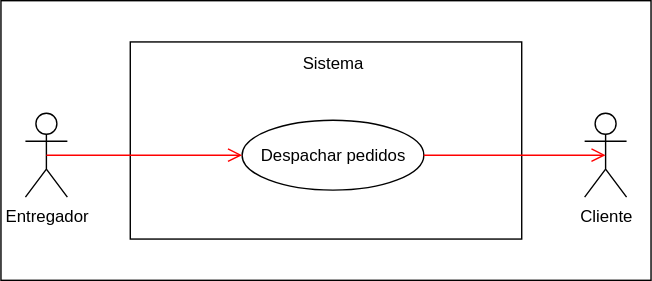
This is images/caso-de-uso.drawio.svg from alexanderaugusto/logistica-service, a draw.io export, as it was before one commit. Source tidied: cells renumbered, new cells last; positions are measured from the earlier drawing's top-left corner, leaving out a move shared by most shapes. Its diagram source:
```xml
<mxGraphModel>
  <root>
    <mxCell id="0" />
    <mxCell id="1" parent="0" />
    <mxCell id="2" style="group;" parent="1" vertex="1">
      <mxGeometry width="465" height="200" as="geometry" />
    </mxCell>
    <mxCell id="3" style="rounded=0;whiteSpace=wrap;html=1;" parent="2" vertex="1">
      <mxGeometry width="465" height="200" as="geometry" />
    </mxCell>
    <mxCell id="4" style="rounded=0;whiteSpace=wrap;html=1;fillColor=default;" parent="2" vertex="1">
      <mxGeometry x="92.5" y="29.5" width="280" height="141" as="geometry" />
    </mxCell>
    <mxCell id="5" value="Despachar pedidos" style="ellipse;whiteSpace=wrap;html=1;" parent="2" vertex="1">
      <mxGeometry x="172.5" y="85.5" width="130" height="50" as="geometry" />
    </mxCell>
    <mxCell id="6" value="Sistema" style="text;html=1;strokeColor=none;fillColor=none;align=center;verticalAlign=middle;whiteSpace=wrap;rounded=0;" parent="2" vertex="1">
      <mxGeometry x="172.5" y="29.5" width="130" height="30" as="geometry" />
    </mxCell>
    <mxCell id="7" value="Cliente" style="shape=umlActor;verticalLabelPosition=bottom;verticalAlign=top;html=1;outlineConnect=0;" parent="2" vertex="1">
      <mxGeometry x="417.5" y="80.5" width="30" height="60" as="geometry" />
    </mxCell>
    <mxCell id="8" value="Entregador" style="shape=umlActor;verticalLabelPosition=bottom;verticalAlign=top;html=1;outlineConnect=0;" parent="2" vertex="1">
      <mxGeometry x="17.5" y="80.5" width="30" height="60" as="geometry" />
    </mxCell>
    <mxCell id="9" style="edgeStyle=elbowEdgeStyle;elbow=horizontal;verticalAlign=bottom;endArrow=open;endSize=8;strokeColor=#FF0000;endFill=1;rounded=0;entryX=0;entryY=0.5;entryDx=0;entryDy=0;exitX=0.5;exitY=0.5;exitDx=0;exitDy=0;exitPerimeter=0;" parent="2" edge="1" source="8" target="5">
      <mxGeometry x="-447" y="-97.5" as="geometry">
        <Array as="points">
          <mxPoint x="106.5" y="120.5" />
        </Array>
      </mxGeometry>
    </mxCell>
    <mxCell id="10" style="edgeStyle=elbowEdgeStyle;elbow=horizontal;verticalAlign=bottom;endArrow=open;endSize=8;strokeColor=#FF0000;endFill=1;rounded=0;exitX=1;exitY=0.5;exitDx=0;exitDy=0;entryX=0.5;entryY=0.5;entryDx=0;entryDy=0;entryPerimeter=0;" parent="2" edge="1" source="5" target="7">
      <mxGeometry x="-2" y="-207.5" as="geometry" />
    </mxCell>
  </root>
</mxGraphModel>
```
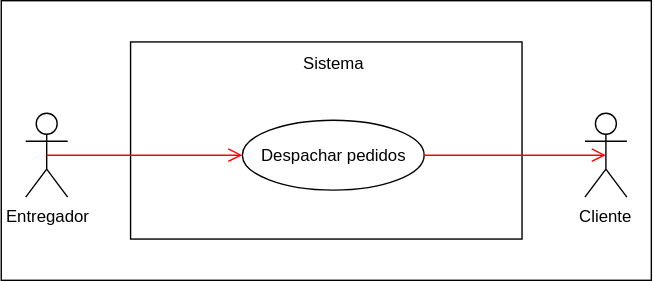
The same file after the commit.

What changed in the source:
```diff
@@ -2,35 +2,35 @@
   <root>
     <mxCell id="0" />
     <mxCell id="1" parent="0" />
+    <mxCell id="11" style="group;" parent="1" vertex="1">
+      <mxGeometry x="120" y="-50" width="465" height="200" as="geometry" />
+    </mxCell>
-    <mxCell id="2" style="group;" parent="1" vertex="1">
+    <mxCell id="2" style="group;fillColor=none;strokeColor=default;gradientColor=none;" parent="11" vertex="1">
       <mxGeometry width="465" height="200" as="geometry" />
     </mxCell>
-    <mxCell id="3" style="rounded=0;whiteSpace=wrap;html=1;" parent="2" vertex="1">
-      <mxGeometry width="465" height="200" as="geometry" />
-    </mxCell>
-    <mxCell id="4" style="rounded=0;whiteSpace=wrap;html=1;fillColor=default;" parent="2" vertex="1">
+    <mxCell id="4" style="rounded=0;whiteSpace=wrap;html=1;fillColor=none;" parent="11" vertex="1">
       <mxGeometry x="92.5" y="29.5" width="280" height="141" as="geometry" />
     </mxCell>
-    <mxCell id="5" value="Despachar pedidos" style="ellipse;whiteSpace=wrap;html=1;" parent="2" vertex="1">
+    <mxCell id="5" value="Despachar pedidos" style="ellipse;whiteSpace=wrap;html=1;" parent="11" vertex="1">
       <mxGeometry x="172.5" y="85.5" width="130" height="50" as="geometry" />
     </mxCell>
-    <mxCell id="6" value="Sistema" style="text;html=1;strokeColor=none;fillColor=none;align=center;verticalAlign=middle;whiteSpace=wrap;rounded=0;" parent="2" vertex="1">
+    <mxCell id="6" value="Sistema" style="text;html=1;strokeColor=none;fillColor=none;align=center;verticalAlign=middle;whiteSpace=wrap;rounded=0;" parent="11" vertex="1">
       <mxGeometry x="172.5" y="29.5" width="130" height="30" as="geometry" />
     </mxCell>
-    <mxCell id="7" value="Cliente" style="shape=umlActor;verticalLabelPosition=bottom;verticalAlign=top;html=1;outlineConnect=0;" parent="2" vertex="1">
+    <mxCell id="7" value="Cliente" style="shape=umlActor;verticalLabelPosition=bottom;verticalAlign=top;html=1;outlineConnect=0;fillColor=none;" parent="11" vertex="1">
       <mxGeometry x="417.5" y="80.5" width="30" height="60" as="geometry" />
     </mxCell>
-    <mxCell id="8" value="Entregador" style="shape=umlActor;verticalLabelPosition=bottom;verticalAlign=top;html=1;outlineConnect=0;" parent="2" vertex="1">
+    <mxCell id="8" value="Entregador" style="shape=umlActor;verticalLabelPosition=bottom;verticalAlign=top;html=1;outlineConnect=0;fillColor=none;" parent="11" vertex="1">
       <mxGeometry x="17.5" y="80.5" width="30" height="60" as="geometry" />
     </mxCell>
-    <mxCell id="9" style="edgeStyle=elbowEdgeStyle;elbow=horizontal;verticalAlign=bottom;endArrow=open;endSize=8;strokeColor=#FF0000;endFill=1;rounded=0;entryX=0;entryY=0.5;entryDx=0;entryDy=0;exitX=0.5;exitY=0.5;exitDx=0;exitDy=0;exitPerimeter=0;" parent="2" edge="1" source="8" target="5">
+    <mxCell id="9" style="edgeStyle=elbowEdgeStyle;elbow=horizontal;verticalAlign=bottom;endArrow=open;endSize=8;strokeColor=#FF0000;endFill=1;rounded=0;entryX=0;entryY=0.5;entryDx=0;entryDy=0;exitX=0.5;exitY=0.5;exitDx=0;exitDy=0;exitPerimeter=0;" parent="11" edge="1" source="8" target="5">
       <mxGeometry x="-447" y="-97.5" as="geometry">
         <Array as="points">
           <mxPoint x="106.5" y="120.5" />
         </Array>
       </mxGeometry>
     </mxCell>
-    <mxCell id="10" style="edgeStyle=elbowEdgeStyle;elbow=horizontal;verticalAlign=bottom;endArrow=open;endSize=8;strokeColor=#FF0000;endFill=1;rounded=0;exitX=1;exitY=0.5;exitDx=0;exitDy=0;entryX=0.5;entryY=0.5;entryDx=0;entryDy=0;entryPerimeter=0;" parent="2" edge="1" source="5" target="7">
+    <mxCell id="10" style="edgeStyle=elbowEdgeStyle;elbow=horizontal;verticalAlign=bottom;endArrow=open;endSize=8;strokeColor=#FF0000;endFill=1;rounded=0;exitX=1;exitY=0.5;exitDx=0;exitDy=0;entryX=0.5;entryY=0.5;entryDx=0;entryDy=0;entryPerimeter=0;" parent="11" edge="1" source="5" target="7">
       <mxGeometry x="-2" y="-207.5" as="geometry" />
     </mxCell>
   </root>
```
